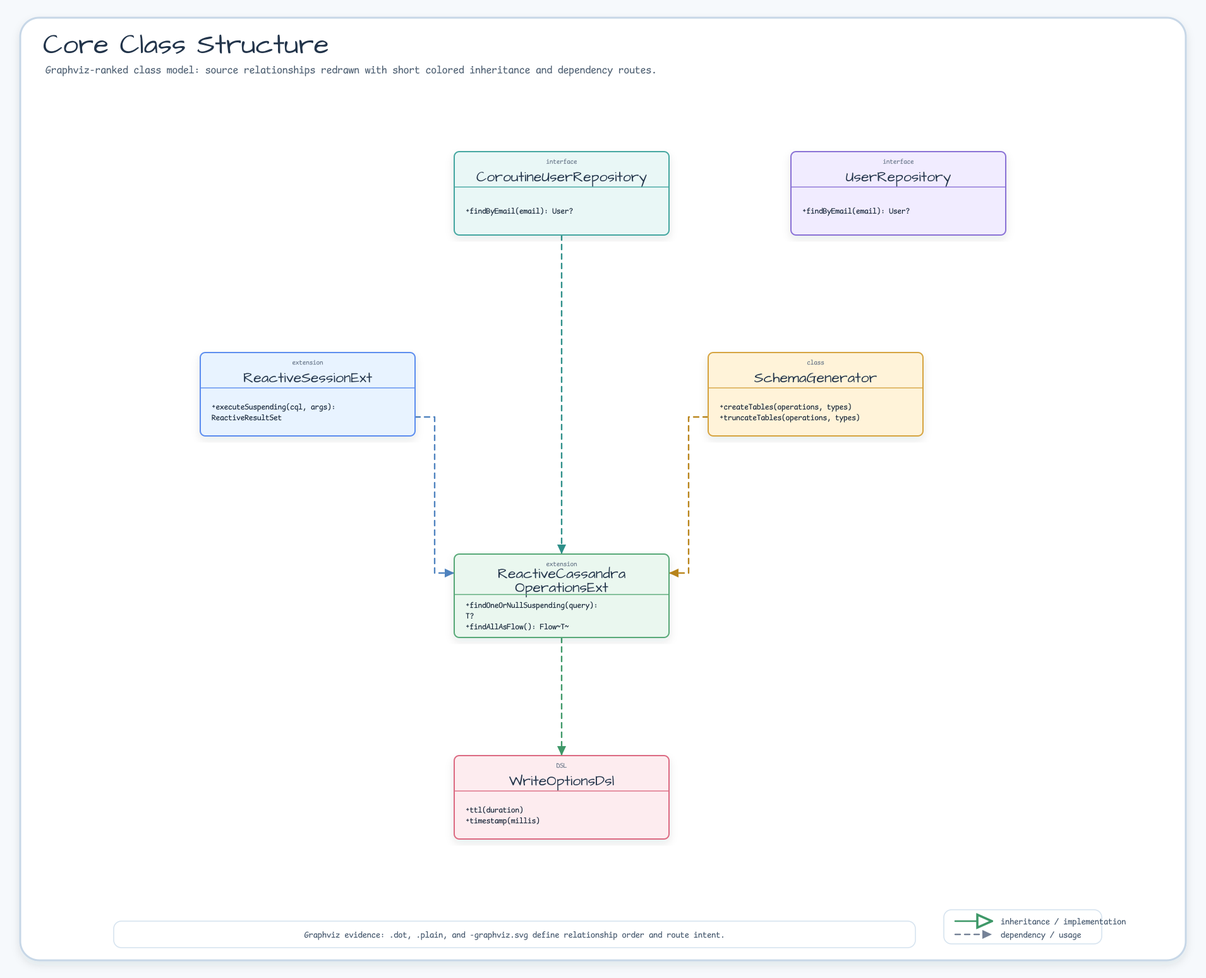
bluetape4k/bluetape4k-projects keeps this Graphviz diagram as docs/images/readme-diagrams/spring-boot-cassandra-diagram-01.png. Above is the earlier version. Its source is kept beside it as docs/images/readme-diagrams/spring-boot-cassandra-diagram-01.dot. The source it was exported from:
```dot
digraph G {
  graph [rankdir=TB, splines=ortho, nodesep=0.95, ranksep=1.2, outputorder=edgesfirst, pack=false, sep="+0.9,0.9"];
  node [shape=box, style="rounded,filled", fontname="Comic Mono", fontsize=11, margin="0.16,0.10", width=2.8, height=1.05];
  edge [fontname="Comic Mono", fontsize=10, arrowsize=0.75, penwidth=1.8];
  ReactiveSessionExt [label="ReactiveSessionExt", fillcolor="#E8F3FF", color="#5B8DEF"];
  ReactiveCassandraOperationsExt [label="ReactiveCassandraOperationsExt", fillcolor="#EAF7EF", color="#58A978"];
  CoroutineUserRepository [label="CoroutineUserRepository", fillcolor="#E9F7F6", color="#45A7A1"];
  SchemaGenerator [label="SchemaGenerator", fillcolor="#FFF3D9", color="#D6A441"];
  WriteOptionsDsl [label="WriteOptionsDsl", fillcolor="#FDECEF", color="#DC6B82"];
  UserRepository [label="UserRepository", fillcolor="#F1ECFF", color="#8A72D6"];
  { rank=source; CoroutineUserRepository; UserRepository; }
  CoroutineUserRepository -> ReactiveCassandraOperationsExt [color="#2E8F89", fontcolor="#2E8F89", style="dashed", arrowhead="none", weight=2];
  ReactiveSessionExt -> ReactiveCassandraOperationsExt [color="#4F83BF", fontcolor="#4F83BF", style="dashed", arrowhead="none", weight=2];
  SchemaGenerator -> ReactiveCassandraOperationsExt [color="#B9851B", fontcolor="#B9851B", style="dashed", arrowhead="none", weight=2];
  ReactiveCassandraOperationsExt -> WriteOptionsDsl [color="#3E9868", fontcolor="#3E9868", style="dashed", arrowhead="none", weight=2];
}
```
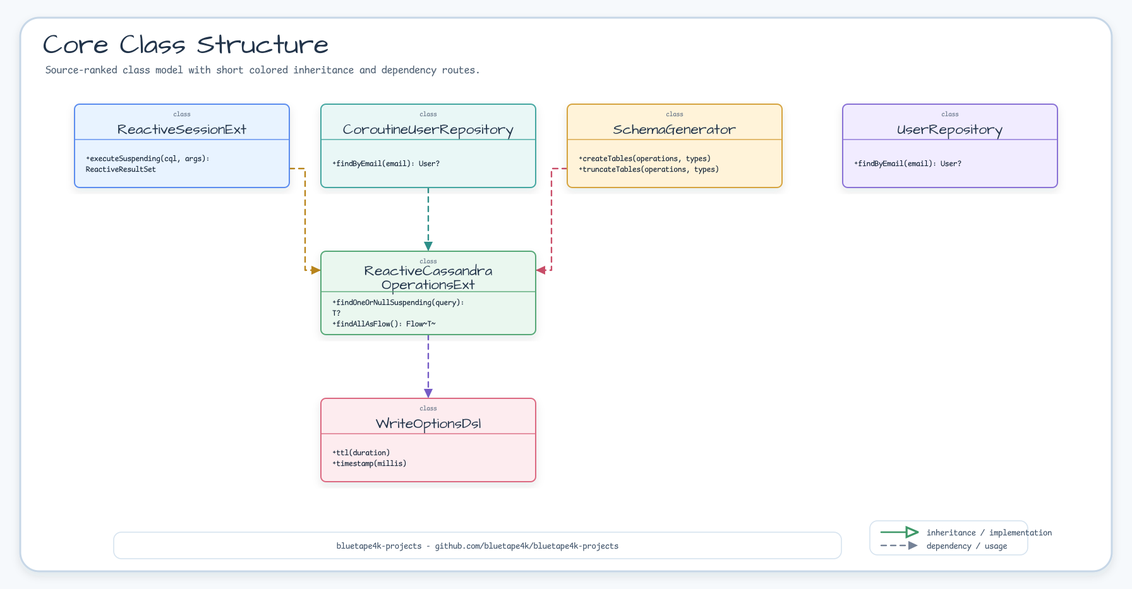
Above is the later version.

What changed in the source:
```diff
@@ -8,9 +8,8 @@
   SchemaGenerator [label="SchemaGenerator", fillcolor="#FFF3D9", color="#D6A441"];
   WriteOptionsDsl [label="WriteOptionsDsl", fillcolor="#FDECEF", color="#DC6B82"];
   UserRepository [label="UserRepository", fillcolor="#F1ECFF", color="#8A72D6"];
-  { rank=source; CoroutineUserRepository; UserRepository; }
   CoroutineUserRepository -> ReactiveCassandraOperationsExt [color="#2E8F89", fontcolor="#2E8F89", style="dashed", arrowhead="none", weight=2];
-  ReactiveSessionExt -> ReactiveCassandraOperationsExt [color="#4F83BF", fontcolor="#4F83BF", style="dashed", arrowhead="none", weight=2];
-  SchemaGenerator -> ReactiveCassandraOperationsExt [color="#B9851B", fontcolor="#B9851B", style="dashed", arrowhead="none", weight=2];
-  ReactiveCassandraOperationsExt -> WriteOptionsDsl [color="#3E9868", fontcolor="#3E9868", style="dashed", arrowhead="none", weight=2];
+  ReactiveSessionExt -> ReactiveCassandraOperationsExt [color="#B9851B", fontcolor="#B9851B", style="dashed", arrowhead="none", weight=2];
+  SchemaGenerator -> ReactiveCassandraOperationsExt [color="#C94D68", fontcolor="#C94D68", style="dashed", arrowhead="none", weight=2];
+  ReactiveCassandraOperationsExt -> WriteOptionsDsl [color="#755BC6", fontcolor="#755BC6", style="dashed", arrowhead="none", weight=2];
 }
```
